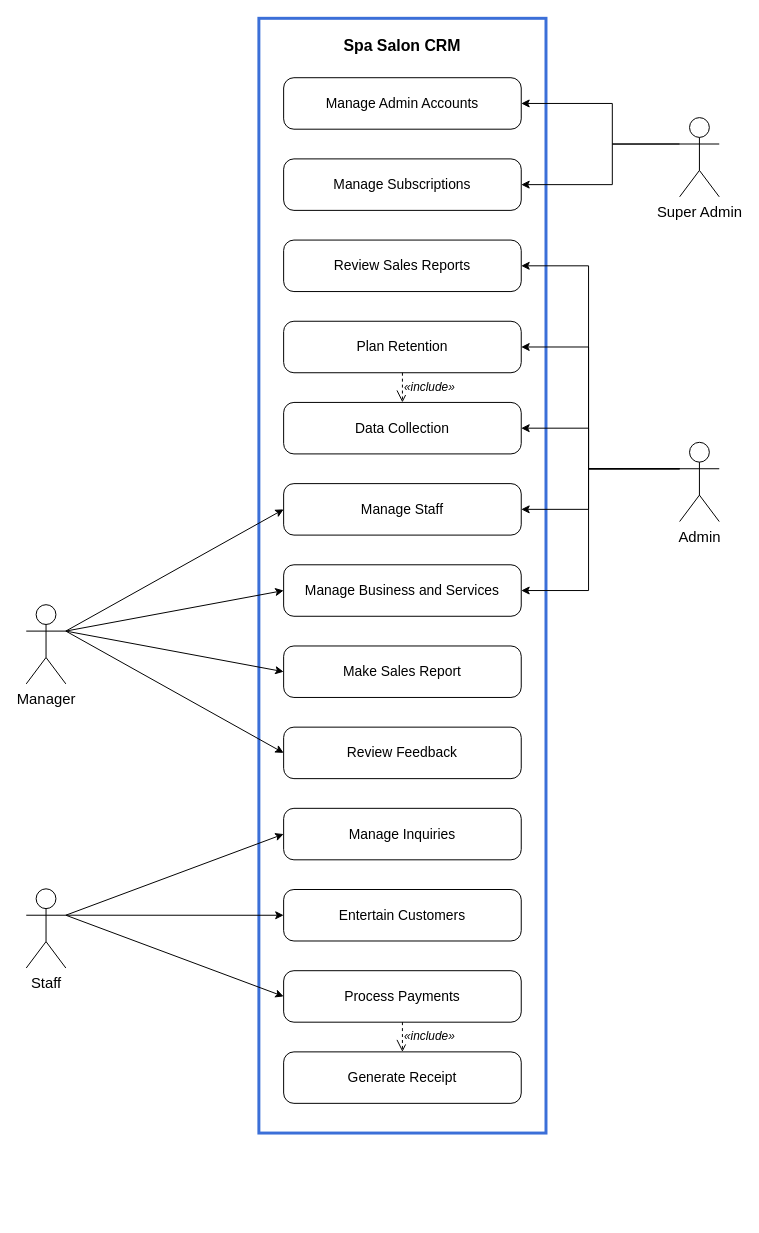
Before: docs/spa-salon-crm/Spa_Salon_CRM_Use_Case.drawio in dariusagbon/Rich_Portfolio, a draw.io diagram. Source tidied: cells renumbered, new cells numbered last; positions are measured from the earlier drawing's top-left corner, leaving out a move shared by most shapes. Both pictures are drawn from the tidied source at 99%, with x=0, y=0 at pixel (26, 18).
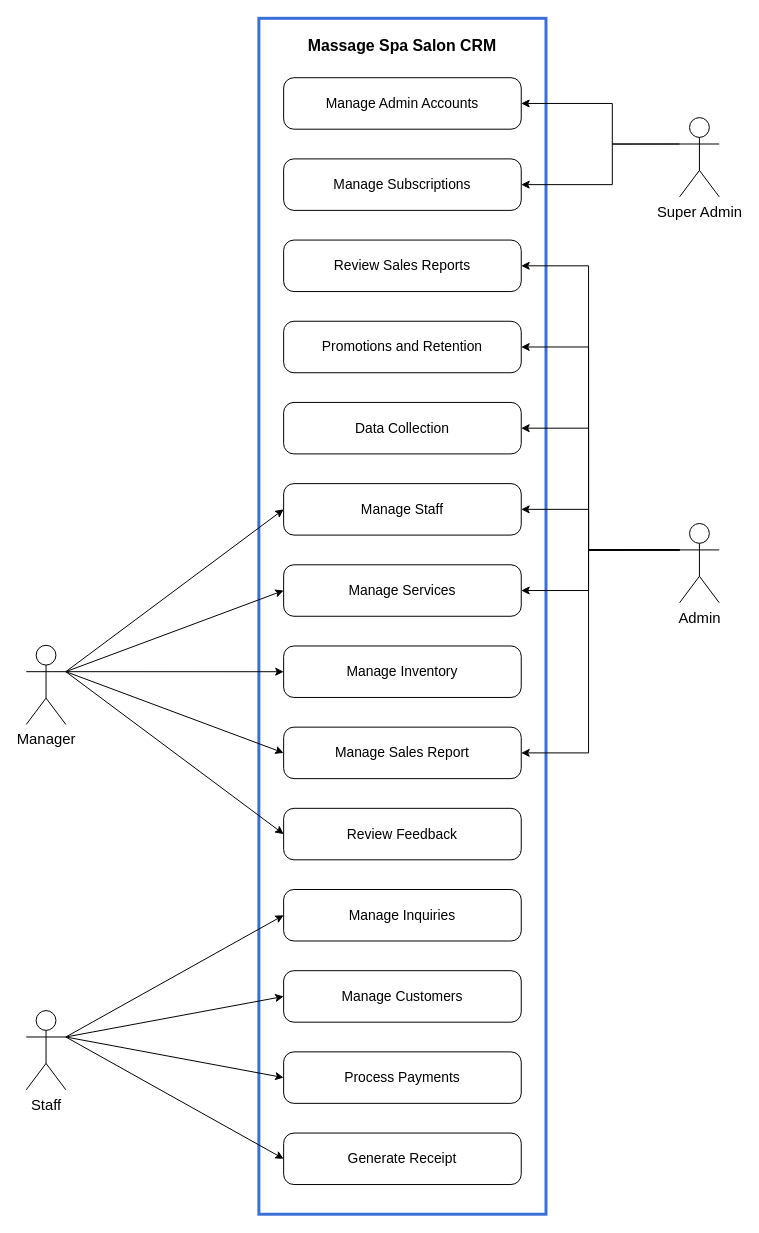
Above is the later version.

Commit message (it also covers changes not shown here):
Update use cases to match the draw.io revision and add USE CASE page

The change refers to these unchanged cells:
```xml
<mxCell id="3" value="Manage Admin Accounts" style="rounded=1;whiteSpace=wrap;html=1;fontSize=14;arcSize=20;fillColor=#FFFFFF;strokeColor=#000000;fontColor=#000000;" parent="1" vertex="1">
  <mxGeometry x="260" y="60" width="240" height="52" as="geometry" />
</mxCell>
<mxCell id="4" value="Manage Subscriptions" style="rounded=1;whiteSpace=wrap;html=1;fontSize=14;arcSize=20;fillColor=#FFFFFF;strokeColor=#000000;fontColor=#000000;" parent="1" vertex="1">
  <mxGeometry x="260" y="142" width="240" height="52" as="geometry" />
</mxCell>
<mxCell id="5" value="Review Sales Reports" style="rounded=1;whiteSpace=wrap;html=1;fontSize=14;arcSize=20;fillColor=#FFFFFF;strokeColor=#000000;fontColor=#000000;" parent="1" vertex="1">
  <mxGeometry x="260" y="224" width="240" height="52" as="geometry" />
</mxCell>
<mxCell id="7" value="Data Collection" style="rounded=1;whiteSpace=wrap;html=1;fontSize=14;arcSize=20;fillColor=#FFFFFF;strokeColor=#000000;fontColor=#000000;" parent="1" vertex="1">
  <mxGeometry x="260" y="388" width="240" height="52" as="geometry" />
</mxCell>
<mxCell id="8" value="Manage Staff" style="rounded=1;whiteSpace=wrap;html=1;fontSize=14;arcSize=20;fillColor=#FFFFFF;strokeColor=#000000;fontColor=#000000;" parent="1" vertex="1">
  <mxGeometry x="260" y="470" width="240" height="52" as="geometry" />
</mxCell>
```

Change to the diagram source:
```diff
@@
-    <mxCell id="2" value="Spa Salon CRM" style="rounded=0;whiteSpace=wrap;html=1;fillColor=none;strokeColor=#3B6FD8;strokeWidth=3;verticalAlign=top;fontStyle=1;fontColor=#000000;fontSize=16;spacingTop=12;" parent="1" vertex="1">
-      <mxGeometry x="235" width="290" height="1126" as="geometry" />
+    <mxCell id="2" value="Massage Spa Salon CRM" style="rounded=0;whiteSpace=wrap;html=1;fillColor=none;strokeColor=#3B6FD8;strokeWidth=3;verticalAlign=top;fontStyle=1;fontColor=#000000;fontSize=16;spacingTop=12;" parent="1" vertex="1">
+      <mxGeometry x="235" width="290" height="1208" as="geometry" />
     </mxCell>
@@
-    <mxCell id="6" value="Plan Retention" style="rounded=1;whiteSpace=wrap;html=1;fontSize=14;arcSize=20;fillColor=#FFFFFF;strokeColor=#000000;fontColor=#000000;" parent="1" vertex="1">
+    <mxCell id="6" value="Promotions and Retention" style="rounded=1;whiteSpace=wrap;html=1;fontSize=14;arcSize=20;fillColor=#FFFFFF;strokeColor=#000000;fontColor=#000000;" parent="1" vertex="1">
       <mxGeometry x="260" y="306" width="240" height="52" as="geometry" />
     </mxCell>
@@
-    <mxCell id="9" value="Manage Business and Services" style="rounded=1;whiteSpace=wrap;html=1;fontSize=14;arcSize=20;fillColor=#FFFFFF;strokeColor=#000000;fontColor=#000000;" parent="1" vertex="1">
+    <mxCell id="9" value="Manage Services" style="rounded=1;whiteSpace=wrap;html=1;fontSize=14;arcSize=20;fillColor=#FFFFFF;strokeColor=#000000;fontColor=#000000;" parent="1" vertex="1">
       <mxGeometry x="260" y="552" width="240" height="52" as="geometry" />
     </mxCell>
-    <mxCell id="10" value="Make Sales Report" style="rounded=1;whiteSpace=wrap;html=1;fontSize=14;arcSize=20;fillColor=#FFFFFF;strokeColor=#000000;fontColor=#000000;" parent="1" vertex="1">
+    <mxCell id="10" value="Manage Inventory" style="rounded=1;whiteSpace=wrap;html=1;fontSize=14;arcSize=20;fillColor=#FFFFFF;strokeColor=#000000;fontColor=#000000;" parent="1" vertex="1">
       <mxGeometry x="260" y="634" width="240" height="52" as="geometry" />
     </mxCell>
-    <mxCell id="11" value="Review Feedback" style="rounded=1;whiteSpace=wrap;html=1;fontSize=14;arcSize=20;fillColor=#FFFFFF;strokeColor=#000000;fontColor=#000000;" parent="1" vertex="1">
+    <mxCell id="11" value="Manage Sales Report" style="rounded=1;whiteSpace=wrap;html=1;fontSize=14;arcSize=20;fillColor=#FFFFFF;strokeColor=#000000;fontColor=#000000;" parent="1" vertex="1">
       <mxGeometry x="260" y="716" width="240" height="52" as="geometry" />
     </mxCell>
-    <mxCell id="12" value="Manage Inquiries" style="rounded=1;whiteSpace=wrap;html=1;fontSize=14;arcSize=20;fillColor=#FFFFFF;strokeColor=#000000;fontColor=#000000;" parent="1" vertex="1">
+    <mxCell id="12" value="Review Feedback" style="rounded=1;whiteSpace=wrap;html=1;fontSize=14;arcSize=20;fillColor=#FFFFFF;strokeColor=#000000;fontColor=#000000;" parent="1" vertex="1">
       <mxGeometry x="260" y="798" width="240" height="52" as="geometry" />
     </mxCell>
-    <mxCell id="13" value="Entertain Customers" style="rounded=1;whiteSpace=wrap;html=1;fontSize=14;arcSize=20;fillColor=#FFFFFF;strokeColor=#000000;fontColor=#000000;" parent="1" vertex="1">
+    <mxCell id="13" value="Manage Inquiries" style="rounded=1;whiteSpace=wrap;html=1;fontSize=14;arcSize=20;fillColor=#FFFFFF;strokeColor=#000000;fontColor=#000000;" parent="1" vertex="1">
       <mxGeometry x="260" y="880" width="240" height="52" as="geometry" />
     </mxCell>
-    <mxCell id="14" value="Process Payments" style="rounded=1;whiteSpace=wrap;html=1;fontSize=14;arcSize=20;fillColor=#FFFFFF;strokeColor=#000000;fontColor=#000000;" parent="1" vertex="1">
+    <mxCell id="14" value="Manage Customers" style="rounded=1;whiteSpace=wrap;html=1;fontSize=14;arcSize=20;fillColor=#FFFFFF;strokeColor=#000000;fontColor=#000000;" parent="1" vertex="1">
       <mxGeometry x="260" y="962" width="240" height="52" as="geometry" />
     </mxCell>
-    <mxCell id="15" value="Generate Receipt" style="rounded=1;whiteSpace=wrap;html=1;fontSize=14;arcSize=20;fillColor=#FFFFFF;strokeColor=#000000;fontColor=#000000;" parent="1" vertex="1">
+    <mxCell id="15" value="Process Payments" style="rounded=1;whiteSpace=wrap;html=1;fontSize=14;arcSize=20;fillColor=#FFFFFF;strokeColor=#000000;fontColor=#000000;" parent="1" vertex="1">
       <mxGeometry x="260" y="1044" width="240" height="52" as="geometry" />
     </mxCell>
+    <mxCell id="36" value="Generate Receipt" style="rounded=1;whiteSpace=wrap;html=1;fontSize=14;arcSize=20;fillColor=#FFFFFF;strokeColor=#000000;fontColor=#000000;" parent="1" vertex="1">
+      <mxGeometry x="260" y="1126" width="240" height="52" as="geometry" />
+    </mxCell>
     <mxCell id="16" value="Manager" style="shape=umlActor;fillColor=#FFFFFF;strokeColor=#000000;fontColor=#000000;verticalLabelPosition=bottom;verticalAlign=top;html=1;outlineConnect=0;fontSize=15;" parent="1" vertex="1">
-      <mxGeometry y="592.3" width="40" height="80" as="geometry" />
+      <mxGeometry y="633.3" width="40" height="80" as="geometry" />
     </mxCell>
@@
+    <mxCell id="22" style="endArrow=classic;strokeColor=#000000;html=1;rounded=0;exitX=1;exitY=0.3333;exitDx=0;exitDy=0;entryX=0;entryY=0.5;entryDx=0;entryDy=0;" parent="1" edge="1" source="16" target="12">
+      <mxGeometry relative="1" as="geometry" />
+    </mxCell>
     <mxCell id="21" value="Staff" style="shape=umlActor;fillColor=#FFFFFF;strokeColor=#000000;fontColor=#000000;verticalLabelPosition=bottom;verticalAlign=top;html=1;outlineConnect=0;fontSize=15;" parent="1" vertex="1">
-      <mxGeometry y="879.3" width="40" height="80" as="geometry" />
+      <mxGeometry y="1002.3" width="40" height="80" as="geometry" />
     </mxCell>
-    <mxCell id="22" style="endArrow=classic;strokeColor=#000000;html=1;rounded=0;exitX=1;exitY=0.3333;exitDx=0;exitDy=0;entryX=0;entryY=0.5;entryDx=0;entryDy=0;" parent="1" edge="1" source="21" target="12">
-      <mxGeometry relative="1" as="geometry" />
-    </mxCell>
@@
-    <mxCell id="25" value="Super Admin" style="shape=umlActor;fillColor=#FFFFFF;strokeColor=#000000;fontColor=#000000;verticalLabelPosition=bottom;verticalAlign=top;html=1;outlineConnect=0;fontSize=15;" parent="1" vertex="1">
-      <mxGeometry x="660" y="100.3" width="40" height="80" as="geometry" />
-    </mxCell>
-    <mxCell id="26" style="edgeStyle=orthogonalEdgeStyle;endArrow=classic;strokeColor=#000000;html=1;rounded=0;exitX=0;exitY=0.3333;exitDx=0;exitDy=0;entryX=1;entryY=0.5;entryDx=0;entryDy=0;" parent="1" edge="1" source="25" target="3">
-      <mxGeometry relative="1" as="geometry">
-        <Array as="points">
-          <mxPoint x="592" y="127" />
-          <mxPoint x="592" y="86" />
-        </Array>
-      </mxGeometry>
+    <mxCell id="26" style="endArrow=classic;strokeColor=#000000;html=1;rounded=0;exitX=1;exitY=0.3333;exitDx=0;exitDy=0;entryX=0;entryY=0.5;entryDx=0;entryDy=0;" parent="1" edge="1" source="21" target="15">
+      <mxGeometry relative="1" as="geometry" />
     </mxCell>
-    <mxCell id="27" style="edgeStyle=orthogonalEdgeStyle;endArrow=classic;strokeColor=#000000;html=1;rounded=0;exitX=0;exitY=0.3333;exitDx=0;exitDy=0;entryX=1;entryY=0.5;entryDx=0;entryDy=0;" parent="1" edge="1" source="25" target="4">
-      <mxGeometry relative="1" as="geometry">
-        <Array as="points">
-          <mxPoint x="592" y="127" />
-          <mxPoint x="592" y="168" />
-        </Array>
-      </mxGeometry>
+    <mxCell id="27" style="endArrow=classic;strokeColor=#000000;html=1;rounded=0;exitX=1;exitY=0.3333;exitDx=0;exitDy=0;entryX=0;entryY=0.5;entryDx=0;entryDy=0;" parent="1" edge="1" source="21" target="36">
+      <mxGeometry relative="1" as="geometry" />
     </mxCell>
-    <mxCell id="28" value="Admin" style="shape=umlActor;fillColor=#FFFFFF;strokeColor=#000000;fontColor=#000000;verticalLabelPosition=bottom;verticalAlign=top;html=1;outlineConnect=0;fontSize=15;" parent="1" vertex="1">
-      <mxGeometry x="660" y="428.3" width="40" height="80" as="geometry" />
-    </mxCell>
+    <mxCell id="25" value="Super Admin" style="shape=umlActor;fillColor=#FFFFFF;strokeColor=#000000;fontColor=#000000;verticalLabelPosition=bottom;verticalAlign=top;html=1;outlineConnect=0;fontSize=15;" parent="1" vertex="1">
+      <mxGeometry x="660" y="100.3" width="40" height="80" as="geometry" />
+    </mxCell>
-    <mxCell id="29" style="edgeStyle=orthogonalEdgeStyle;endArrow=classic;strokeColor=#000000;html=1;rounded=0;exitX=0;exitY=0.3333;exitDx=0;exitDy=0;entryX=1;entryY=0.5;entryDx=0;entryDy=0;" parent="1" edge="1" source="28" target="5">
+    <mxCell id="29" style="edgeStyle=orthogonalEdgeStyle;endArrow=classic;strokeColor=#000000;html=1;rounded=0;exitX=0;exitY=0.3333;exitDx=0;exitDy=0;entryX=1;entryY=0.5;entryDx=0;entryDy=0;" parent="1" edge="1" source="25" target="3">
       <mxGeometry relative="1" as="geometry">
         <Array as="points">
-          <mxPoint x="568" y="455" />
-          <mxPoint x="568" y="250" />
+          <mxPoint x="592" y="127" />
+          <mxPoint x="592" y="86" />
         </Array>
       </mxGeometry>
     </mxCell>
-    <mxCell id="30" style="edgeStyle=orthogonalEdgeStyle;endArrow=classic;strokeColor=#000000;html=1;rounded=0;exitX=0;exitY=0.3333;exitDx=0;exitDy=0;entryX=1;entryY=0.5;entryDx=0;entryDy=0;" parent="1" edge="1" source="28" target="6">
+    <mxCell id="30" style="edgeStyle=orthogonalEdgeStyle;endArrow=classic;strokeColor=#000000;html=1;rounded=0;exitX=0;exitY=0.3333;exitDx=0;exitDy=0;entryX=1;entryY=0.5;entryDx=0;entryDy=0;" parent="1" edge="1" source="25" target="4">
       <mxGeometry relative="1" as="geometry">
         <Array as="points">
-          <mxPoint x="568" y="455" />
-          <mxPoint x="568" y="332" />
+          <mxPoint x="592" y="127" />
+          <mxPoint x="592" y="168" />
         </Array>
       </mxGeometry>
     </mxCell>
+    <mxCell id="28" value="Admin" style="shape=umlActor;fillColor=#FFFFFF;strokeColor=#000000;fontColor=#000000;verticalLabelPosition=bottom;verticalAlign=top;html=1;outlineConnect=0;fontSize=15;" parent="1" vertex="1">
+      <mxGeometry x="660" y="510.3" width="40" height="80" as="geometry" />
+    </mxCell>
-    <mxCell id="31" style="edgeStyle=orthogonalEdgeStyle;endArrow=classic;strokeColor=#000000;html=1;rounded=0;exitX=0;exitY=0.3333;exitDx=0;exitDy=0;entryX=1;entryY=0.5;entryDx=0;entryDy=0;" parent="1" edge="1" source="28" target="7">
+    <mxCell id="31" style="edgeStyle=orthogonalEdgeStyle;endArrow=classic;strokeColor=#000000;html=1;rounded=0;exitX=0;exitY=0.3333;exitDx=0;exitDy=0;entryX=1;entryY=0.5;entryDx=0;entryDy=0;" parent="1" edge="1" source="28" target="5">
       <mxGeometry relative="1" as="geometry">
         <Array as="points">
-          <mxPoint x="568" y="455" />
-          <mxPoint x="568" y="414" />
+          <mxPoint x="568" y="537" />
+          <mxPoint x="568" y="250" />
         </Array>
       </mxGeometry>
     </mxCell>
-    <mxCell id="32" style="edgeStyle=orthogonalEdgeStyle;endArrow=classic;strokeColor=#000000;html=1;rounded=0;exitX=0;exitY=0.3333;exitDx=0;exitDy=0;entryX=1;entryY=0.5;entryDx=0;entryDy=0;" parent="1" edge="1" source="28" target="8">
+    <mxCell id="32" style="edgeStyle=orthogonalEdgeStyle;endArrow=classic;strokeColor=#000000;html=1;rounded=0;exitX=0;exitY=0.3333;exitDx=0;exitDy=0;entryX=1;entryY=0.5;entryDx=0;entryDy=0;" parent="1" edge="1" source="28" target="6">
       <mxGeometry relative="1" as="geometry">
         <Array as="points">
-          <mxPoint x="568" y="455" />
-          <mxPoint x="568" y="496" />
+          <mxPoint x="568" y="537" />
+          <mxPoint x="568" y="332" />
         </Array>
       </mxGeometry>
     </mxCell>
-    <mxCell id="33" style="edgeStyle=orthogonalEdgeStyle;endArrow=classic;strokeColor=#000000;html=1;rounded=0;exitX=0;exitY=0.3333;exitDx=0;exitDy=0;entryX=1;entryY=0.5;entryDx=0;entryDy=0;" parent="1" edge="1" source="28" target="9">
+    <mxCell id="33" style="edgeStyle=orthogonalEdgeStyle;endArrow=classic;strokeColor=#000000;html=1;rounded=0;exitX=0;exitY=0.3333;exitDx=0;exitDy=0;entryX=1;entryY=0.5;entryDx=0;entryDy=0;" parent="1" edge="1" source="28" target="7">
       <mxGeometry relative="1" as="geometry">
         <Array as="points">
-          <mxPoint x="568" y="455" />
-          <mxPoint x="568" y="578" />
+          <mxPoint x="568" y="537" />
+          <mxPoint x="568" y="414" />
         </Array>
       </mxGeometry>
     </mxCell>
-    <mxCell id="34" value="«include»" style="endArrow=open;dashed=1;strokeColor=#000000;fontColor=#000000;html=1;rounded=0;endSize=10;fontStyle=2;fontSize=12;labelPosition=right;align=left;exitX=0.5;exitY=1;entryX=0.5;entryY=0;" parent="1" edge="1" source="6" target="7">
-      <mxGeometry relative="1" as="geometry" />
+    <mxCell id="34" style="edgeStyle=orthogonalEdgeStyle;endArrow=classic;strokeColor=#000000;html=1;rounded=0;exitX=0;exitY=0.3333;exitDx=0;exitDy=0;entryX=1;entryY=0.5;entryDx=0;entryDy=0;" parent="1" edge="1" source="28" target="8">
+      <mxGeometry relative="1" as="geometry">
+        <Array as="points">
+          <mxPoint x="568" y="537" />
+          <mxPoint x="568" y="496" />
+        </Array>
+      </mxGeometry>
     </mxCell>
-    <mxCell id="35" value="«include»" style="endArrow=open;dashed=1;strokeColor=#000000;fontColor=#000000;html=1;rounded=0;endSize=10;fontStyle=2;fontSize=12;labelPosition=right;align=left;exitX=0.5;exitY=1;entryX=0.5;entryY=0;" parent="1" edge="1" source="14" target="15">
-      <mxGeometry relative="1" as="geometry" />
+    <mxCell id="35" style="edgeStyle=orthogonalEdgeStyle;endArrow=classic;strokeColor=#000000;html=1;rounded=0;exitX=0;exitY=0.3333;exitDx=0;exitDy=0;entryX=1;entryY=0.5;entryDx=0;entryDy=0;" parent="1" edge="1" source="28" target="9">
+      <mxGeometry relative="1" as="geometry">
+        <Array as="points">
+          <mxPoint x="568" y="537" />
+          <mxPoint x="568" y="578" />
+        </Array>
+      </mxGeometry>
     </mxCell>
+    <mxCell id="37" style="edgeStyle=orthogonalEdgeStyle;endArrow=classic;strokeColor=#000000;html=1;rounded=0;exitX=0;exitY=0.3333;exitDx=0;exitDy=0;entryX=1;entryY=0.5;entryDx=0;entryDy=0;" parent="1" edge="1" source="28" target="11">
+      <mxGeometry relative="1" as="geometry">
+        <Array as="points">
+          <mxPoint x="568" y="537" />
+          <mxPoint x="568" y="742" />
+        </Array>
+      </mxGeometry>
+    </mxCell>
```
